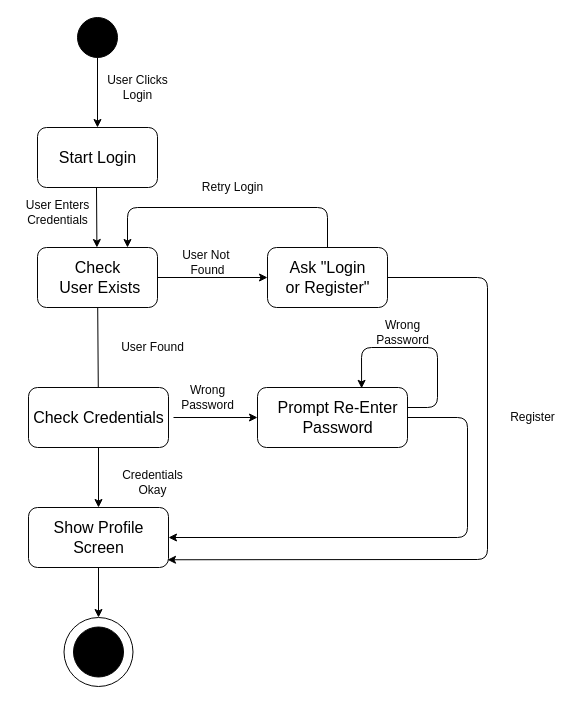
The draw.io diagram DesignDocuments/Diagrams/StateDiagrams/state_diagram_login.drawio in folkg/movie-ticket-reservation-app, before the edit. Source tidied: cells renumbered, new cells numbered last; positions are measured from the earlier drawing's top-left corner, leaving out a move shared by most shapes. Both pictures are drawn from the tidied source at 100%, with x=0, y=0 at pixel (17, 17).
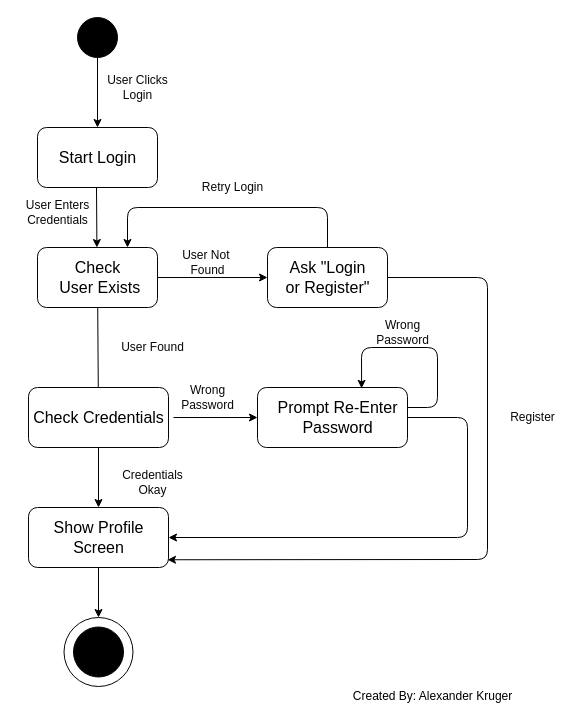
After the change.

Commit message (it also covers changes not shown here):
Adding Alex Credits

The edit, as a diff of the source:
```diff
@@
+    <mxCell id="45" value="&lt;font color=&quot;#000000&quot;&gt;Created By: Alexander Kruger&lt;/font&gt;" style="text;html=1;align=center;verticalAlign=middle;strokeColor=none;fillColor=none;" parent="1" vertex="1">
+      <mxGeometry x="330" y="669" width="170" height="20" as="geometry" />
+    </mxCell>
```
